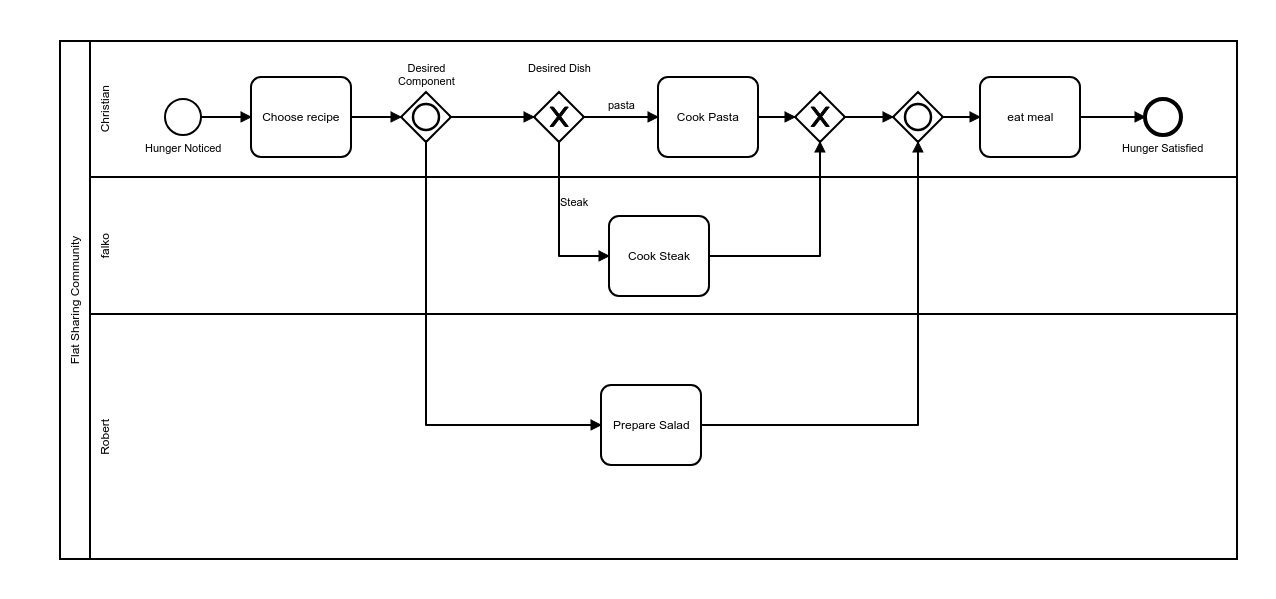
The BPMN diagram BPMN/work_distribution.png in codecasualty/MTP, before a commit. Its source is kept beside it as BPMN/work_distribution.bpmn. Ids are renumbered.
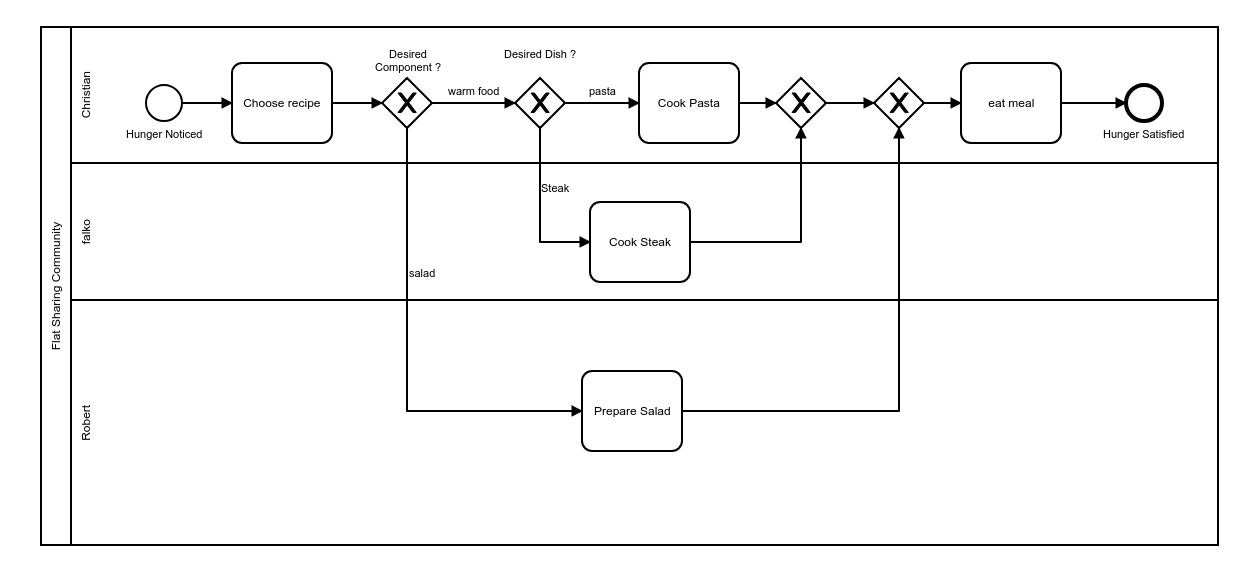
The same diagram one commit later.

The edit, as a diff of the source:
```diff
@@ -31,7 +31,7 @@
     </bpmn:task>
     <bpmn:sequenceFlow id="SequenceFlow_n19" sourceRef="StartEvent_n6" targetRef="Task_n7" />
     <bpmn:sequenceFlow id="SequenceFlow_n20" sourceRef="Task_n7" targetRef="ExclusiveGateway_n13" />
-    <bpmn:sequenceFlow id="SequenceFlow_n21" sourceRef="ExclusiveGateway_n13" targetRef="ExclusiveGateway_n11" />
+    <bpmn:sequenceFlow id="SequenceFlow_n21" name="warm food" sourceRef="ExclusiveGateway_n13" targetRef="ExclusiveGateway_n11" />
     <bpmn:sequenceFlow id="SequenceFlow_n22" name="pasta" sourceRef="ExclusiveGateway_n11" targetRef="Task_n12" />
     <bpmn:sequenceFlow id="SequenceFlow_n23" sourceRef="Task_n12" targetRef="ExclusiveGateway_n10" />
     <bpmn:sequenceFlow id="SequenceFlow_n24" sourceRef="ExclusiveGateway_n10" targetRef="ExclusiveGateway_n14" />
@@ -43,7 +43,7 @@
       <bpmn:outgoing>SequenceFlow_n28</bpmn:outgoing>
     </bpmn:task>
     <bpmn:sequenceFlow id="SequenceFlow_n28" sourceRef="Task_n16" targetRef="ExclusiveGateway_n10" />
-    <bpmn:sequenceFlow id="SequenceFlow_n29" sourceRef="ExclusiveGateway_n13" targetRef="Task_n18" />
+    <bpmn:sequenceFlow id="SequenceFlow_n29" name="salad" sourceRef="ExclusiveGateway_n13" targetRef="Task_n18" />
     <bpmn:task id="Task_n18" name="Prepare Salad">
       <bpmn:incoming>SequenceFlow_n29</bpmn:incoming>
       <bpmn:outgoing>SequenceFlow_n30</bpmn:outgoing>
@@ -61,7 +61,7 @@
       <bpmn:incoming>SequenceFlow_n28</bpmn:incoming>
       <bpmn:outgoing>SequenceFlow_n24</bpmn:outgoing>
     </bpmn:exclusiveGateway>
-    <bpmn:exclusiveGateway id="ExclusiveGateway_n11" name="Desired Dish">
+    <bpmn:exclusiveGateway id="ExclusiveGateway_n11" name="Desired Dish ?">
       <bpmn:incoming>SequenceFlow_n21</bpmn:incoming>
       <bpmn:outgoing>SequenceFlow_n22</bpmn:outgoing>
       <bpmn:outgoing>SequenceFlow_n27</bpmn:outgoing>
@@ -70,16 +70,16 @@
       <bpmn:incoming>SequenceFlow_n22</bpmn:incoming>
       <bpmn:outgoing>SequenceFlow_n23</bpmn:outgoing>
     </bpmn:task>
-    <bpmn:inclusiveGateway id="ExclusiveGateway_n13" name="Desired Component">
+    <bpmn:exclusiveGateway id="ExclusiveGateway_n13" name="Desired Component ?">
       <bpmn:incoming>SequenceFlow_n20</bpmn:incoming>
       <bpmn:outgoing>SequenceFlow_n21</bpmn:outgoing>
       <bpmn:outgoing>SequenceFlow_n29</bpmn:outgoing>
-    </bpmn:inclusiveGateway>
-    <bpmn:inclusiveGateway id="ExclusiveGateway_n14">
+    </bpmn:exclusiveGateway>
+    <bpmn:exclusiveGateway id="ExclusiveGateway_n14">
       <bpmn:incoming>SequenceFlow_n24</bpmn:incoming>
       <bpmn:incoming>SequenceFlow_n30</bpmn:incoming>
       <bpmn:outgoing>SequenceFlow_n25</bpmn:outgoing>
-    </bpmn:inclusiveGateway>
+    </bpmn:exclusiveGateway>
   </bpmn:process>
   <bpmndi:BPMNDiagram id="BPMNDiagram_1">
     <bpmndi:BPMNPlane id="BPMNPlane_1" bpmnElement="Collaboration_n2">
@@ -115,14 +115,14 @@
       <bpmndi:BPMNShape id="ExclusiveGateway_n11_di" bpmnElement="ExclusiveGateway_n11" isMarkerVisible="true">
         <dc:Bounds x="696" y="152" width="50" height="50" />
         <bpmndi:BPMNLabel>
-          <dc:Bounds x="690" y="122" width="63" height="14" />
+          <dc:Bounds x="685" y="122" width="73" height="14" />
         </bpmndi:BPMNLabel>
       </bpmndi:BPMNShape>
       <bpmndi:BPMNEdge id="SequenceFlow_n21_di" bpmnElement="SequenceFlow_n21">
         <di:waypoint x="613" y="177" />
         <di:waypoint x="696" y="177" />
         <bpmndi:BPMNLabel>
-          <dc:Bounds x="618" y="159" width="74" height="14" />
+          <dc:Bounds x="629" y="159" width="52" height="14" />
         </bpmndi:BPMNLabel>
       </bpmndi:BPMNEdge>
       <bpmndi:BPMNShape id="Task_n12_di" bpmnElement="Task_n12">
@@ -187,7 +187,7 @@
         <di:waypoint x="588" y="485" />
         <di:waypoint x="763" y="485" />
         <bpmndi:BPMNLabel>
-          <dc:Bounds x="589" y="341" width="29" height="14" />
+          <dc:Bounds x="590" y="341" width="27" height="14" />
         </bpmndi:BPMNLabel>
       </bpmndi:BPMNEdge>
       <bpmndi:BPMNEdge id="SequenceFlow_n30_di" bpmnElement="SequenceFlow_n30">
@@ -195,13 +195,13 @@
         <di:waypoint x="1080" y="485" />
         <di:waypoint x="1080" y="202" />
       </bpmndi:BPMNEdge>
-      <bpmndi:BPMNShape id="InclusiveGateway_1u33h0p_di" bpmnElement="ExclusiveGateway_n13">
+      <bpmndi:BPMNShape id="ExclusiveGateway_0x339zu_di" bpmnElement="ExclusiveGateway_n13" isMarkerVisible="true">
         <dc:Bounds x="563" y="152" width="50" height="50" />
         <bpmndi:BPMNLabel>
-          <dc:Bounds x="560" y="122" width="57" height="27" />
+          <dc:Bounds x="556" y="122" width="66" height="27" />
         </bpmndi:BPMNLabel>
       </bpmndi:BPMNShape>
-      <bpmndi:BPMNShape id="InclusiveGateway_1oynzdj_di" bpmnElement="ExclusiveGateway_n14">
+      <bpmndi:BPMNShape id="ExclusiveGateway_0tvmn5u_di" bpmnElement="ExclusiveGateway_n14" isMarkerVisible="true">
         <dc:Bounds x="1055" y="152" width="50" height="50" />
       </bpmndi:BPMNShape>
     </bpmndi:BPMNPlane>
```
